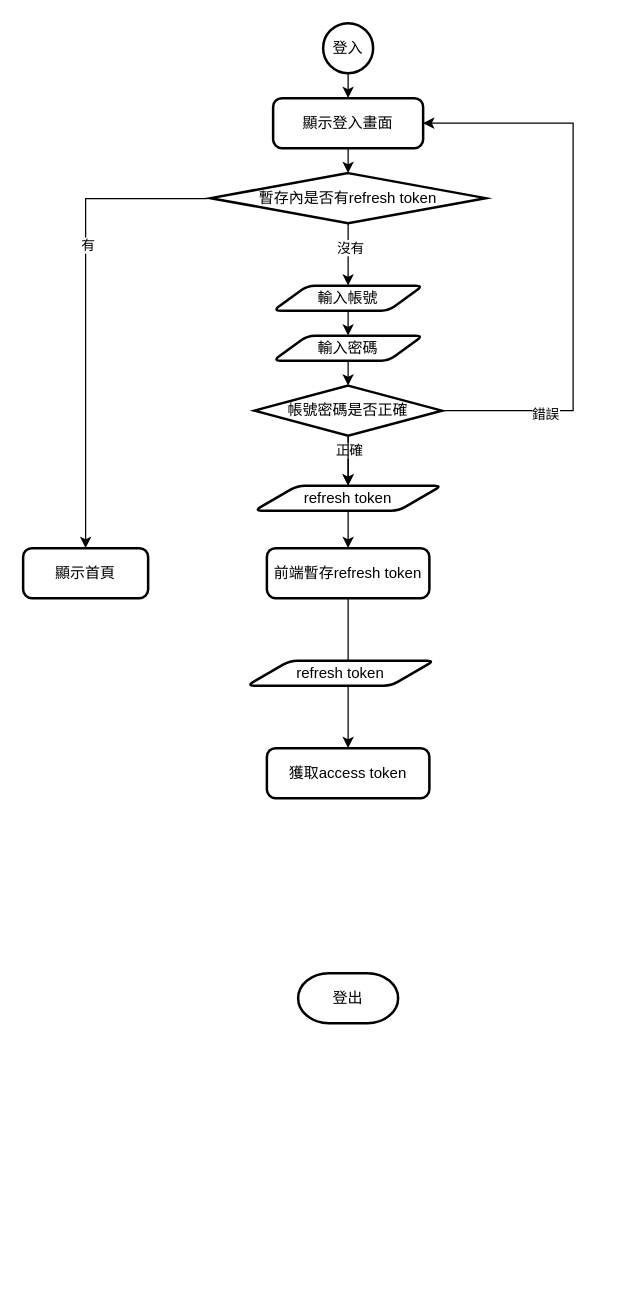
Before: page "登入登出流程" (2 of 2) of lazycat-shop.drawio in tim12367/lazycat-shop, a draw.io diagram. Source tidied: cells renumbered, new cells numbered last; positions are measured from the earlier drawing's top-left corner, leaving out a move shared by most shapes. Both pictures are drawn from the tidied source at 125%, with x=0, y=0 at pixel (22, 22).
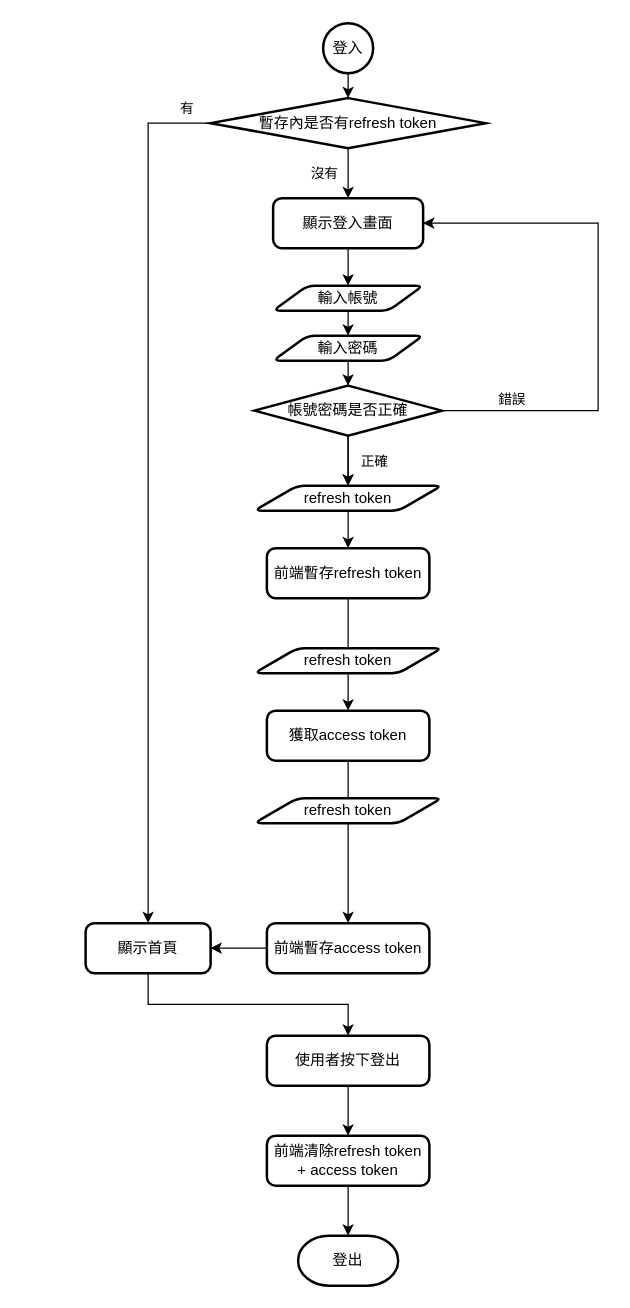
Above is the later version.

Unchanged cells that the change refers to:
```xml
<mxCell id="3" value="登入" style="strokeWidth=2;html=1;shape=mxgraph.flowchart.start_2;whiteSpace=wrap;" parent="1" vertex="1">
  <mxGeometry x="240" width="40" height="40" as="geometry" />
</mxCell>
<mxCell id="9" style="edgeStyle=none;rounded=0;jettySize=auto;html=1;exitX=0.5;exitY=1;exitDx=0;exitDy=0;exitPerimeter=0;entryX=0.5;entryY=0;entryDx=0;entryDy=0;endArrow=classic;endFill=1;" parent="1" edge="1" source="14" target="22">
  <mxGeometry relative="1" as="geometry" />
</mxCell>
<mxCell id="14" value="帳號密碼是否正確" style="strokeWidth=2;html=1;shape=mxgraph.flowchart.decision;whiteSpace=wrap;" parent="1" vertex="1">
  <mxGeometry x="185" y="290" width="150" height="40" as="geometry" />
</mxCell>
<mxCell id="16" value="輸入帳號" style="shape=parallelogram;html=1;strokeWidth=2;perimeter=parallelogramPerimeter;whiteSpace=wrap;rounded=1;arcSize=12;size=0.23;" parent="1" vertex="1">
  <mxGeometry x="200" y="210" width="120" height="20" as="geometry" />
</mxCell>
```

Change to the diagram source:
```diff
@@
-    <mxCell id="2" style="edgeStyle=none;rounded=0;jettySize=auto;html=1;exitX=0.5;exitY=1;exitDx=0;exitDy=0;exitPerimeter=0;entryX=0.5;entryY=0;entryDx=0;entryDy=0;endArrow=classic;endFill=1;" parent="1" edge="1" source="3" target="8">
+    <mxCell id="2" style="edgeStyle=none;rounded=0;jettySize=auto;html=1;exitX=0.5;exitY=1;exitDx=0;exitDy=0;exitPerimeter=0;entryX=0.5;entryY=0;entryDx=0;entryDy=0;endArrow=classic;endFill=1;entryPerimeter=0;" parent="1" edge="1" source="3" target="25">
       <mxGeometry relative="1" as="geometry" />
     </mxCell>
@@
     <mxCell id="4" value="登出" style="strokeWidth=2;html=1;shape=mxgraph.flowchart.terminator;whiteSpace=wrap;" parent="1" vertex="1">
-      <mxGeometry x="220" y="760" width="80" height="40" as="geometry" />
+      <mxGeometry x="220" y="970" width="80" height="40" as="geometry" />
     </mxCell>
-    <mxCell id="5" style="edgeStyle=none;rounded=0;jettySize=auto;html=1;entryX=0.5;entryY=0;entryDx=0;entryDy=0;endArrow=classic;endFill=1;exitX=0.5;exitY=1;exitDx=0;exitDy=0;exitPerimeter=0;" parent="1" edge="1" source="25" target="16">
+    <mxCell id="5" style="edgeStyle=none;rounded=0;jettySize=auto;html=1;entryX=0.5;entryY=0;entryDx=0;entryDy=0;endArrow=classic;endFill=1;exitX=0.5;exitY=1;exitDx=0;exitDy=0;exitPerimeter=0;" parent="1" edge="1" source="25" target="8">
       <mxGeometry relative="1" as="geometry" />
     </mxCell>
     <mxCell id="6" value="沒有" style="edgeLabel;html=1;align=center;verticalAlign=middle;" parent="5" vertex="1">
-      <mxGeometry x="-0.24" y="1" relative="1" as="geometry" />
+      <mxGeometry x="-0.24" y="1" relative="1" as="geometry">
+        <mxPoint x="-21" y="4.8" as="offset" />
+      </mxGeometry>
     </mxCell>
-    <mxCell id="7" style="edgeStyle=orthogonalEdgeStyle;rounded=0;jettySize=auto;html=1;exitX=0.5;exitY=1;exitDx=0;exitDy=0;entryX=0.5;entryY=0;entryDx=0;entryDy=0;entryPerimeter=0;endArrow=classic;endFill=1;" parent="1" edge="1" source="8" target="25">
-      <mxGeometry relative="1" as="geometry" />
+    <mxCell id="7" style="edgeStyle=orthogonalEdgeStyle;rounded=0;jettySize=auto;html=1;exitX=0.5;exitY=1;exitDx=0;exitDy=0;endArrow=classic;endFill=1;entryX=0.5;entryY=0;entryDx=0;entryDy=0;" parent="1" edge="1" source="8" target="16">
+      <mxGeometry relative="1" as="geometry">
+        <Array as="points">
+          <mxPoint x="260" y="200" />
+          <mxPoint x="260" y="200" />
+        </Array>
+      </mxGeometry>
     </mxCell>
     <mxCell id="8" value="顯示登入畫面" style="rounded=1;whiteSpace=wrap;html=1;absoluteArcSize=1;arcSize=14;strokeWidth=2;" parent="1" vertex="1">
-      <mxGeometry x="200" y="60" width="120" height="40" as="geometry" />
+      <mxGeometry x="200" y="140" width="120" height="40" as="geometry" />
     </mxCell>
@@
     <mxCell id="10" value="正確" style="edgeLabel;html=1;align=center;verticalAlign=middle;" parent="9" vertex="1">
-      <mxGeometry x="-0.45" relative="1" as="geometry" />
+      <mxGeometry x="-0.45" relative="1" as="geometry">
+        <mxPoint x="20" y="9" as="offset" />
+      </mxGeometry>
     </mxCell>
     <mxCell id="11" style="edgeStyle=orthogonalEdgeStyle;rounded=0;jettySize=auto;html=1;entryX=1;entryY=0.5;entryDx=0;entryDy=0;endArrow=classic;endFill=1;" parent="1" edge="1" source="14" target="8">
       <mxGeometry relative="1" as="geometry">
         <Array as="points">
-          <mxPoint x="440" y="310" />
-          <mxPoint x="440" y="80" />
+          <mxPoint x="460" y="310" />
+          <mxPoint x="460" y="160" />
         </Array>
       </mxGeometry>
     </mxCell>
     <mxCell id="12" value="錯誤" style="edgeLabel;html=1;align=center;verticalAlign=middle;" parent="11" vertex="1">
-      <mxGeometry x="-0.64" y="-2" relative="1" as="geometry" />
+      <mxGeometry x="-0.64" y="-2" relative="1" as="geometry">
+        <mxPoint x="-19.5" y="-12" as="offset" />
+      </mxGeometry>
     </mxCell>
@@
-    <mxCell id="23" style="edgeStyle=orthogonalEdgeStyle;rounded=0;jettySize=auto;html=1;endArrow=classic;endFill=1;entryX=0.5;entryY=0;entryDx=0;entryDy=0;exitX=-0.012;exitY=0.511;exitDx=0;exitDy=0;exitPerimeter=0;" parent="1" edge="1" source="25" target="26">
+    <mxCell id="23" style="edgeStyle=orthogonalEdgeStyle;rounded=0;jettySize=auto;html=1;endArrow=classic;endFill=1;entryX=0.5;entryY=0;entryDx=0;entryDy=0;exitX=0;exitY=0.5;exitDx=0;exitDy=0;exitPerimeter=0;" parent="1" edge="1" source="25" target="26">
       <mxGeometry relative="1" as="geometry">
         <Array as="points">
-          <mxPoint x="50" y="140" />
+          <mxPoint x="100" y="80" />
         </Array>
       </mxGeometry>
     </mxCell>
     <mxCell id="24" value="有" style="edgeLabel;html=1;align=center;verticalAlign=middle;" parent="23" vertex="1">
-      <mxGeometry x="-0.29" y="1" relative="1" as="geometry" />
+      <mxGeometry x="-0.29" y="1" relative="1" as="geometry">
+        <mxPoint x="29" y="-207.7" as="offset" />
+      </mxGeometry>
     </mxCell>
     <mxCell id="25" value="暫存內是否有refresh token" style="strokeWidth=2;html=1;shape=mxgraph.flowchart.decision;whiteSpace=wrap;" parent="1" vertex="1">
-      <mxGeometry x="150" y="120" width="220" height="40" as="geometry" />
+      <mxGeometry x="150" y="60" width="220" height="40" as="geometry" />
     </mxCell>
+    <mxCell id="29" style="edgeStyle=orthogonalEdgeStyle;rounded=0;jettySize=auto;html=1;exitX=0.5;exitY=1;exitDx=0;exitDy=0;entryX=0.5;entryY=0;entryDx=0;entryDy=0;endArrow=classic;endFill=1;" parent="1" edge="1" source="26" target="36">
+      <mxGeometry relative="1" as="geometry" />
+    </mxCell>
     <mxCell id="26" value="顯示首頁" style="rounded=1;whiteSpace=wrap;html=1;absoluteArcSize=1;arcSize=14;strokeWidth=2;" parent="1" vertex="1">
-      <mxGeometry y="420" width="100" height="40" as="geometry" />
+      <mxGeometry x="50" y="720" width="100" height="40" as="geometry" />
     </mxCell>
+    <mxCell id="30" style="edgeStyle=orthogonalEdgeStyle;rounded=0;jettySize=auto;html=1;exitX=0.5;exitY=1;exitDx=0;exitDy=0;endArrow=none;endFill=0;entryX=0.5;entryY=0;entryDx=0;entryDy=0;" parent="1" edge="1" source="27" target="34">
+      <mxGeometry relative="1" as="geometry" />
+    </mxCell>
     <mxCell id="27" value="獲取access token" style="rounded=1;whiteSpace=wrap;html=1;absoluteArcSize=1;arcSize=14;strokeWidth=2;" parent="1" vertex="1">
-      <mxGeometry x="195" y="580" width="130" height="40" as="geometry" />
+      <mxGeometry x="195" y="550" width="130" height="40" as="geometry" />
     </mxCell>
     <mxCell id="28" value="refresh token" style="shape=parallelogram;html=1;strokeWidth=2;perimeter=parallelogramPerimeter;whiteSpace=wrap;rounded=1;arcSize=12;size=0.23;" parent="1" vertex="1">
-      <mxGeometry x="179" y="510" width="150" height="20" as="geometry" />
+      <mxGeometry x="185" y="500" width="150" height="20" as="geometry" />
     </mxCell>
+    <mxCell id="31" style="edgeStyle=orthogonalEdgeStyle;rounded=0;jettySize=auto;html=1;exitX=0;exitY=0.5;exitDx=0;exitDy=0;entryX=1;entryY=0.5;entryDx=0;entryDy=0;endArrow=classic;endFill=1;" parent="1" edge="1" source="32" target="26">
+      <mxGeometry relative="1" as="geometry" />
+    </mxCell>
+    <mxCell id="32" value="前端暫存access token" style="rounded=1;whiteSpace=wrap;html=1;absoluteArcSize=1;arcSize=14;strokeWidth=2;" parent="1" vertex="1">
+      <mxGeometry x="195" y="720" width="130" height="40" as="geometry" />
+    </mxCell>
+    <mxCell id="33" style="edgeStyle=orthogonalEdgeStyle;rounded=0;jettySize=auto;html=1;exitX=0.5;exitY=1;exitDx=0;exitDy=0;entryX=0.5;entryY=0;entryDx=0;entryDy=0;endArrow=classic;endFill=1;" parent="1" edge="1" source="34" target="32">
+      <mxGeometry relative="1" as="geometry" />
+    </mxCell>
+    <mxCell id="34" value="refresh token" style="shape=parallelogram;html=1;strokeWidth=2;perimeter=parallelogramPerimeter;whiteSpace=wrap;rounded=1;arcSize=12;size=0.23;" parent="1" vertex="1">
+      <mxGeometry x="185" y="620" width="150" height="20" as="geometry" />
+    </mxCell>
+    <mxCell id="35" style="edgeStyle=orthogonalEdgeStyle;rounded=0;jettySize=auto;html=1;exitX=0.5;exitY=1;exitDx=0;exitDy=0;entryX=0.5;entryY=0;entryDx=0;entryDy=0;endArrow=classic;endFill=1;" parent="1" edge="1" source="36" target="38">
+      <mxGeometry relative="1" as="geometry" />
+    </mxCell>
+    <mxCell id="36" value="使用者按下登出" style="rounded=1;whiteSpace=wrap;html=1;absoluteArcSize=1;arcSize=14;strokeWidth=2;" parent="1" vertex="1">
+      <mxGeometry x="195" y="810" width="130" height="40" as="geometry" />
+    </mxCell>
+    <mxCell id="37" style="edgeStyle=orthogonalEdgeStyle;rounded=0;jettySize=auto;html=1;exitX=0.5;exitY=1;exitDx=0;exitDy=0;entryX=0.5;entryY=0;entryDx=0;entryDy=0;entryPerimeter=0;endArrow=classic;endFill=1;" parent="1" edge="1" source="38" target="4">
+      <mxGeometry relative="1" as="geometry" />
+    </mxCell>
+    <mxCell id="38" value="前端清除refresh token + access token" style="rounded=1;whiteSpace=wrap;html=1;absoluteArcSize=1;arcSize=14;strokeWidth=2;" parent="1" vertex="1">
+      <mxGeometry x="195" y="890" width="130" height="40" as="geometry" />
+    </mxCell>
```
